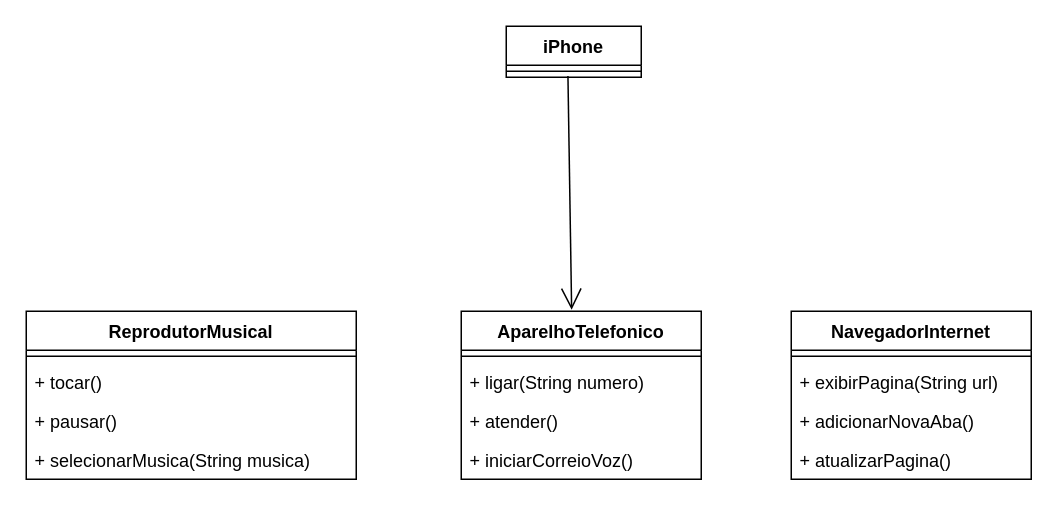
Before: src/Modelagem e Diagramação de um Componente iPhone.drawio in WalterMonteirodabliu/desafio-para-estudo, a draw.io diagram. Source tidied: cells renumbered, new cells numbered last; positions are measured from the earlier drawing's top-left corner, leaving out a move shared by most shapes. Both pictures are drawn from the tidied source at 150%, with x=0, y=0 at pixel (26, 26).
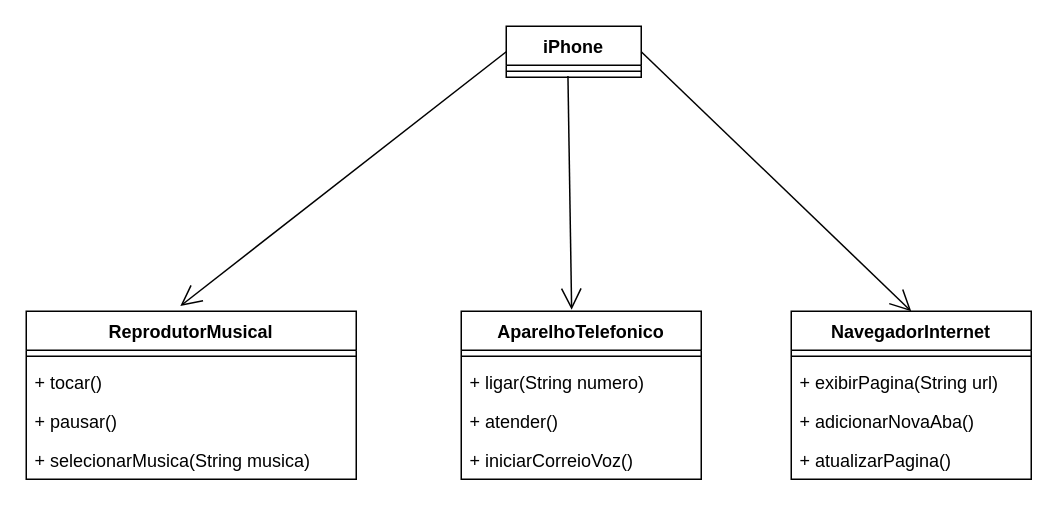
After the change.

The change refers to these unchanged cells:
```xml
<mxCell id="2" value="ReprodutorMusical" style="swimlane;fontStyle=1;align=center;verticalAlign=top;horizontal=1;startSize=26;whiteSpace=wrap;html=1;" parent="1" vertex="1">
  <mxGeometry y="190" width="220" height="112" as="geometry" />
</mxCell>
<mxCell id="12" value="NavegadorInternet" style="swimlane;fontStyle=1;align=center;verticalAlign=top;horizontal=1;startSize=26;whiteSpace=wrap;html=1;" parent="1" vertex="1">
  <mxGeometry x="510" y="190" width="160" height="112" as="geometry" />
</mxCell>
<mxCell id="17" value="iPhone" style="swimlane;fontStyle=1;align=center;verticalAlign=top;horizontal=1;startSize=26;whiteSpace=wrap;html=1;" parent="1" vertex="1">
  <mxGeometry x="320" width="90" height="34" as="geometry" />
</mxCell>
```

Change to the diagram source:
```diff
@@
+    <mxCell id="20" style="endArrow=open;endFill=1;endSize=12;html=1;rounded=0;exitX=1;exitY=0.5;exitDx=0;exitDy=0;entryX=0.5;entryY=0;entryDx=0;entryDy=0;" parent="1" edge="1" source="17" target="12">
+      <mxGeometry relative="1" as="geometry" />
+    </mxCell>
+    <mxCell id="21" style="endArrow=open;endFill=1;endSize=12;html=1;rounded=0;exitX=0;exitY=0.5;exitDx=0;exitDy=0;entryX=0.467;entryY=-0.031;entryDx=0;entryDy=0;entryPerimeter=0;" parent="1" edge="1" source="17" target="2">
+      <mxGeometry relative="1" as="geometry" />
+    </mxCell>
```
